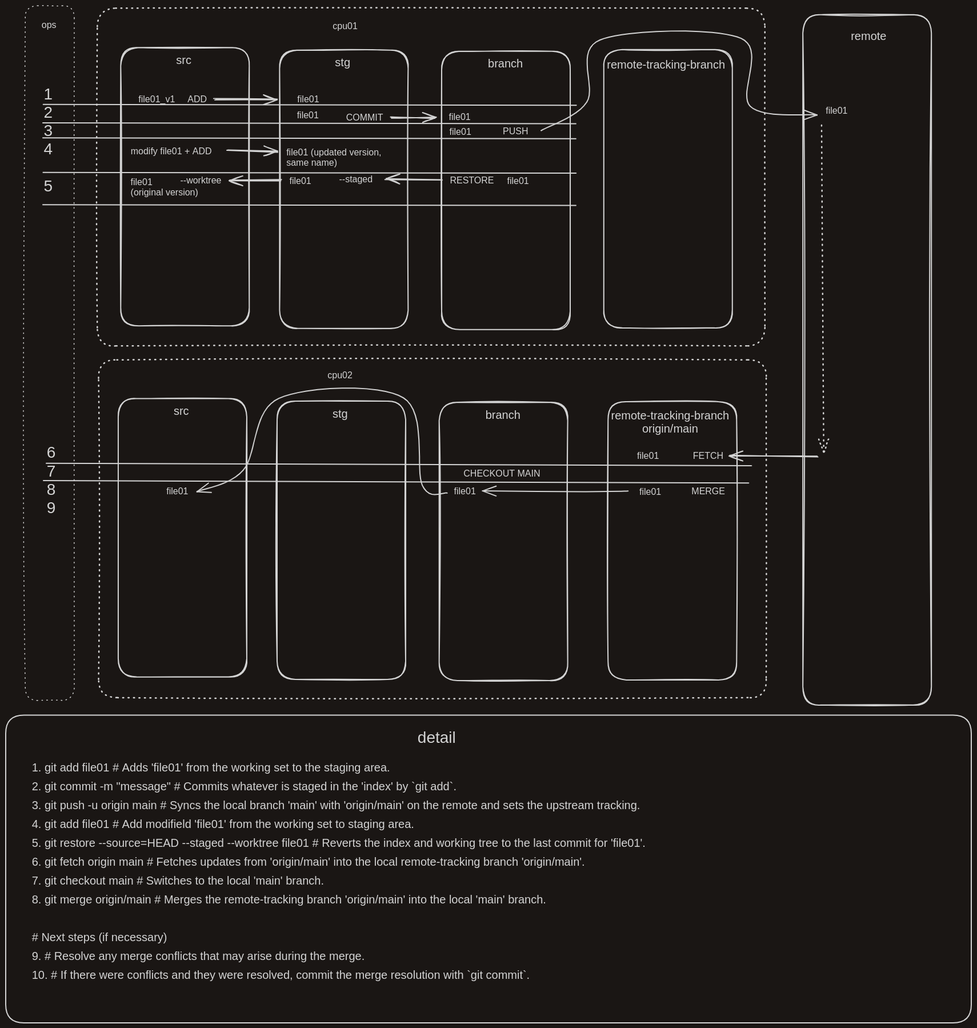
bronifty/obsidian_2024Q2 keeps this Excalidraw diagram as git/media/gitops.png. Above is the earlier version. Source tidied: one line per element, renumbered; positions are measured from the earlier drawing's top-left corner, leaving out a move shared by most shapes.
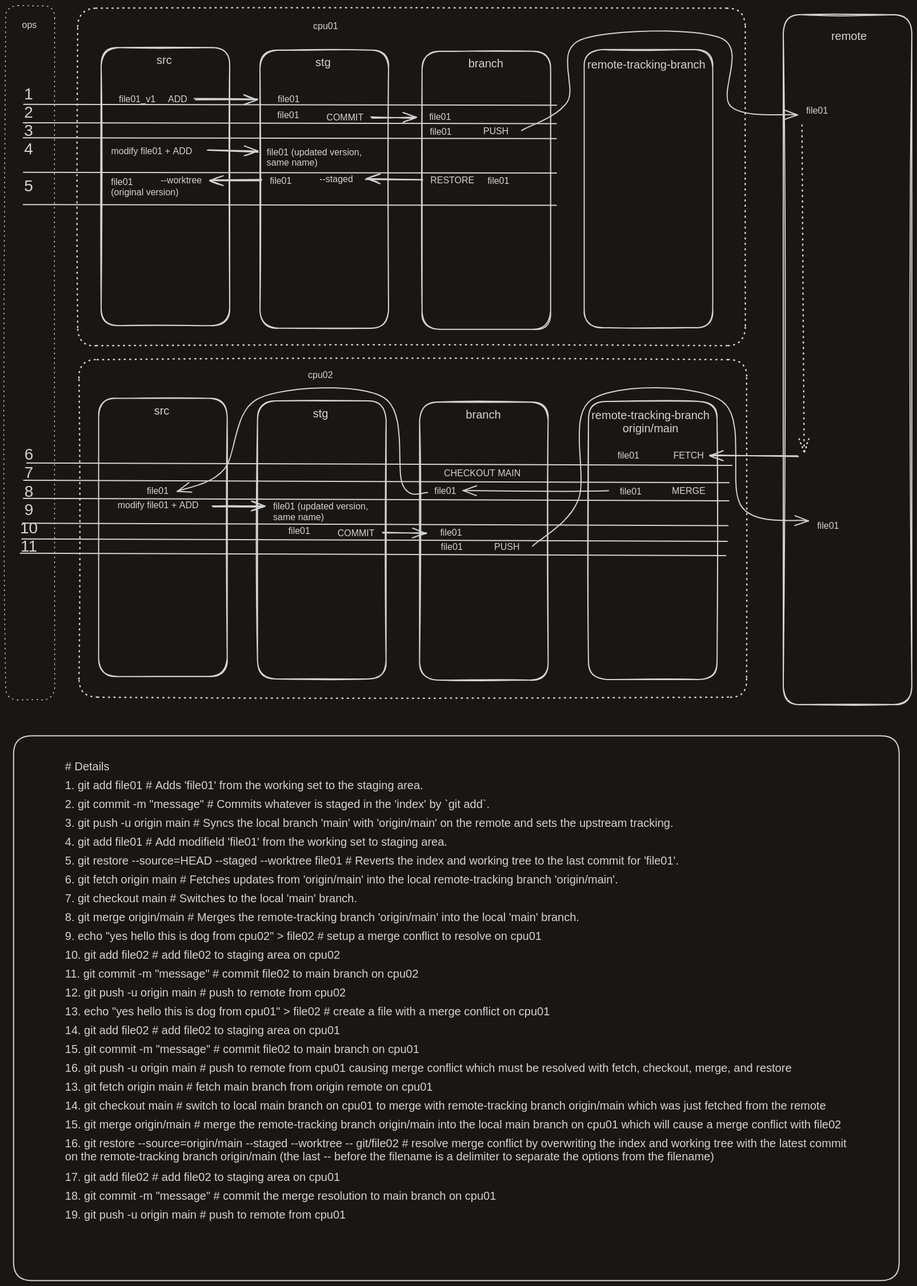
Later version of the same file.

The edit, as a diff of the source:
```diff
@@ -44,8 +44,6 @@
 {"id": 43, "type": "text", "text": "ops", "strokeColor": "#1e1e1e", "strokeWidth": 1, "strokeStyle": "dotted", "roughness": 1, "fontSize": 16, "fontFamily": 2, "textAlign": "center", "x": 63, "y": 24, "width": 26, "height": 18}
 {"id": 44, "type": "text", "text": "1\n2\n3\n4\n\n5\n", "strokeColor": "#1e1e1e", "strokeWidth": 1, "strokeStyle": "dotted", "roughness": 1, "fontSize": 28, "fontFamily": 2, "textAlign": "center", "x": 66, "y": 138, "width": 16, "height": 225}
 {"id": 45, "type": "arrow", "strokeColor": "#1e1e1e", "strokeWidth": 2, "roughness": 0, "endArrowhead": "arrow", "round": true, "to": 14, "x": 937, "y": 219, "width": 483, "height": 161, "points": [[0, 0], [80, -50], [103, -159], [350, -161], [366, -43], [483, -27]]}
-{"id": 46, "type": "rectangle", "strokeColor": "#1e1e1e", "strokeWidth": 2, "roughness": 0, "round": true, "x": 0, "y": 1241, "width": 1690, "height": 539}
-{"id": 47, "type": "text", "text": "detail", "strokeColor": "#1e1e1e", "strokeWidth": 2, "roughness": 0, "fontSize": 28, "fontFamily": 2, "textAlign": "center", "x": 721, "y": 1264, "width": 67, "height": 32}
 {"id": 48, "type": "text", "text": "COMMIT", "strokeColor": "#1e1e1e", "strokeWidth": 2, "roughness": 1, "fontSize": 16, "fontFamily": 2, "x": 596, "y": 186, "width": 65, "height": 18}
 {"id": 49, "type": "arrow", "strokeColor": "#1e1e1e", "strokeWidth": 2, "roughness": 1, "endArrowhead": "arrow", "round": true, "from": 48, "to": 8, "x": 674, "y": 196, "width": 77, "height": 1, "points": [[0, 0], [77, 1]]}
 {"id": 50, "type": "text", "text": "file01", "strokeColor": "#1e1e1e", "strokeWidth": 2, "roughness": 1, "fontSize": 16, "fontFamily": 2, "x": 510, "y": 182, "width": 38, "height": 18}
@@ -55,26 +53,55 @@
 {"id": 54, "type": "line", "strokeColor": "#1e1e1e", "strokeWidth": 2, "roughness": 0, "round": true, "x": 65, "y": 231, "width": 933, "height": 1, "points": [[0, 0], [933, 1]]}
 {"id": 55, "type": "line", "strokeColor": "#1e1e1e", "strokeWidth": 2, "roughness": 0, "round": true, "x": 65, "y": 292, "width": 933, "height": 1, "points": [[0, 0], [933, 1]]}
 {"id": 56, "type": "line", "strokeColor": "#1e1e1e", "strokeWidth": 2, "roughness": 0, "round": true, "x": 65, "y": 348, "width": 933, "height": 1, "points": [[0, 0], [933, 1]]}
-{"id": 57, "type": "text", "text": "6\n7\n8\n9\n", "strokeColor": "#1e1e1e", "strokeWidth": 1, "strokeStyle": "dotted", "roughness": 1, "fontSize": 28, "fontFamily": 2, "textAlign": "center", "x": 72, "y": 766, "width": 16, "height": 161}
 {"id": 58, "type": "line", "strokeColor": "#1e1e1e", "strokeWidth": 2, "roughness": 0, "round": true, "x": 71, "y": 801, "width": 1234, "height": 4, "points": [[0, 0], [1234, 4]]}
 {"id": 59, "type": "text", "text": "file01 (updated version, \nsame name)", "strokeColor": "#1e1e1e", "strokeWidth": 2, "roughness": 1, "fontSize": 16, "fontFamily": 2, "x": 491, "y": 247, "width": 171, "height": 37}
 {"id": 60, "type": "text", "text": "modify file01 + ADD", "strokeColor": "#1e1e1e", "strokeWidth": 2, "roughness": 0, "fontSize": 16, "fontFamily": 2, "x": 219, "y": 245, "width": 142, "height": 18}
+{"id": 72, "type": "text", "text": "CHECKOUT MAIN", "strokeColor": "#1e1e1e", "strokeWidth": 2, "roughness": 0, "fontSize": 16, "fontFamily": 2, "x": 801, "y": 809, "width": 134, "height": 18}
+{"id": 73, "type": "line", "strokeColor": "#1e1e1e", "strokeWidth": 2, "roughness": 0, "round": true, "x": 66, "y": 831, "width": 1234, "height": 4, "points": [[0, 0], [1234, 4]]}
+{"id": 74, "type": "text", "text": "file01", "strokeColor": "#1e1e1e", "strokeWidth": 2, "roughness": 1, "fontSize": 16, "fontFamily": 2, "x": 1109, "y": 841, "width": 38, "height": 18}
+{"id": 75, "type": "text", "text": "MERGE", "strokeColor": "#1e1e1e", "strokeWidth": 2, "roughness": 1, "fontSize": 16, "fontFamily": 2, "x": 1200, "y": 840, "width": 59, "height": 18}
+{"id": 76, "type": "arrow", "strokeColor": "#1e1e1e", "strokeWidth": 2, "roughness": 0, "endArrowhead": "arrow", "round": true, "from": 74, "to": 77, "x": 1089, "y": 849, "width": 254, "height": 1, "points": [[0, 0], [-74, 1], [-254, 0]]}
+{"id": 77, "type": "text", "text": "file01", "strokeColor": "#1e1e1e", "strokeWidth": 2, "roughness": 1, "fontSize": 16, "fontFamily": 2, "x": 785, "y": 840, "width": 38, "height": 18}
+{"id": 78, "type": "arrow", "strokeColor": "#1e1e1e", "strokeWidth": 2, "roughness": 0, "endArrowhead": "arrow", "round": true, "from": 77, "to": 79, "x": 773, "y": 853, "width": 438, "height": 167, "points": [[0, 0], [-43, -13], [-77, -167], [-294, -166], [-357, -40], [-438, -2]]}
+{"id": 79, "type": "text", "text": "file01", "strokeColor": "#1e1e1e", "strokeWidth": 2, "roughness": 1, "fontSize": 16, "fontFamily": 2, "x": 281, "y": 840, "width": 38, "height": 18}
+{"id": 80, "type": "arrow", "strokeColor": "#1e1e1e", "strokeWidth": 2, "roughness": 1, "endArrowhead": "arrow", "round": true, "to": 81, "x": 397, "y": 878, "width": 90, "height": 1, "points": [[0, 0], [90, -1]]}
+{"id": 81, "type": "text", "text": "file01 (updated version, \nsame name)", "strokeColor": "#1e1e1e", "strokeWidth": 2, "roughness": 1, "fontSize": 16, "fontFamily": 2, "x": 502, "y": 867, "width": 171, "height": 37}
+{"id": 82, "type": "text", "text": "modify file01 + ADD", "strokeColor": "#1e1e1e", "strokeWidth": 2, "roughness": 0, "fontSize": 16, "fontFamily": 2, "x": 230, "y": 866, "width": 142, "height": 18}
+{"id": 83, "type": "line", "strokeColor": "#1e1e1e", "strokeWidth": 2, "roughness": 0, "round": true, "x": 65, "y": 863, "width": 1234, "height": 4, "points": [[0, 0], [1234, 4]]}
+{"id": 84, "type": "text", "text": "PUSH", "strokeColor": "#1e1e1e", "strokeWidth": 2, "roughness": 1, "fontSize": 16, "fontFamily": 2, "x": 889, "y": 938, "width": 44, "height": 18}
+{"id": 85, "type": "text", "text": "file01", "strokeColor": "#1e1e1e", "strokeWidth": 2, "roughness": 1, "fontSize": 16, "fontFamily": 2, "x": 795, "y": 913, "width": 38, "height": 18}
+{"id": 86, "type": "text", "text": "file01", "strokeColor": "#1e1e1e", "strokeWidth": 2, "roughness": 1, "fontSize": 16, "fontFamily": 2, "x": 1454, "y": 902, "width": 38, "height": 18}
+{"id": 87, "type": "arrow", "strokeColor": "#1e1e1e", "strokeWidth": 2, "roughness": 0, "endArrowhead": "arrow", "round": true, "to": 86, "x": 956, "y": 847, "width": 483, "height": 256, "points": [[0, 99], [80, 19], [103, -157], [332, -154], [366, 30], [483, 55]]}
+{"id": 88, "type": "text", "text": "COMMIT", "strokeColor": "#1e1e1e", "strokeWidth": 2, "roughness": 1, "fontSize": 16, "fontFamily": 2, "x": 615, "y": 914, "width": 65, "height": 18}
+{"id": 89, "type": "arrow", "strokeColor": "#1e1e1e", "strokeWidth": 2, "roughness": 1, "endArrowhead": "arrow", "round": true, "from": 88, "x": 693, "y": 924, "width": 77, "height": 1, "points": [[0, 0], [77, 1]]}
+{"id": 90, "type": "text", "text": "file01", "strokeColor": "#1e1e1e", "strokeWidth": 2, "roughness": 1, "fontSize": 16, "fontFamily": 2, "x": 529, "y": 910, "width": 38, "height": 18}
+{"id": 91, "type": "text", "text": "file01", "strokeColor": "#1e1e1e", "strokeWidth": 2, "roughness": 1, "fontSize": 16, "fontFamily": 2, "x": 796, "y": 938, "width": 38, "height": 18}
+{"id": 92, "type": "line", "strokeColor": "#1e1e1e", "strokeWidth": 2, "roughness": 0, "round": true, "x": 64, "y": 906, "width": 1234, "height": 4, "points": [[0, 0], [1234, 4]]}
+{"id": 93, "type": "line", "strokeColor": "#1e1e1e", "strokeWidth": 2, "roughness": 0, "round": true, "x": 63, "y": 934, "width": 1234, "height": 4, "points": [[0, 0], [1234, 4]]}
+{"id": 94, "type": "line", "strokeColor": "#1e1e1e", "strokeWidth": 2, "roughness": 0, "round": true, "x": 60, "y": 959, "width": 1234, "height": 4, "points": [[0, 0], [1234, 4]]}
+{"id": 95, "type": "text", "text": "6\n7\n8\n9\n10\n11\n", "strokeColor": "#1e1e1e", "strokeWidth": 1, "strokeStyle": "dotted", "roughness": 1, "fontSize": 28, "fontFamily": 2, "textAlign": "center", "x": 59, "y": 769, "width": 31, "height": 225}
+{"id": 96, "type": "text", "text": "# Details", "strokeColor": "#1e1e1e", "strokeWidth": 2, "roughness": 0, "fontSize": 20, "fontFamily": 2, "x": 138, "y": 1321, "width": 78, "height": 23}
-{"id": 61, "type": "text", "text": "1. git add file01 # Adds 'file01' from the working set to the staging area.", "strokeColor": "#1e1e1e", "strokeWidth": 2, "roughness": 0, "fontSize": 20, "fontFamily": 2, "x": 46, "y": 1322, "width": 627, "height": 23}
+{"id": 61, "type": "text", "text": "1. git add file01 # Adds 'file01' from the working set to the staging area.", "strokeColor": "#1e1e1e", "strokeWidth": 2, "roughness": 0, "fontSize": 20, "fontFamily": 2, "x": 138, "y": 1354, "width": 627, "height": 23}
-{"id": 62, "type": "text", "text": "2. git commit -m \"message\" # Commits whatever is staged in the 'index' by `git add`.", "strokeColor": "#1e1e1e", "strokeWidth": 2, "roughness": 0, "fontSize": 20, "fontFamily": 2, "x": 46, "y": 1355, "width": 743, "height": 23}
+{"id": 62, "type": "text", "text": "2. git commit -m \"message\" # Commits whatever is staged in the 'index' by `git add`.", "strokeColor": "#1e1e1e", "strokeWidth": 2, "roughness": 0, "fontSize": 20, "fontFamily": 2, "x": 138, "y": 1387, "width": 743, "height": 23}
-{"id": 63, "type": "text", "text": "3. git push -u origin main # Syncs the local branch 'main' with 'origin/main' on the remote and sets the upstream tracking.", "strokeColor": "#1e1e1e", "strokeWidth": 2, "roughness": 0, "fontSize": 20, "fontFamily": 2, "x": 46, "y": 1388, "width": 1065, "height": 23}
+{"id": 63, "type": "text", "text": "3. git push -u origin main # Syncs the local branch 'main' with 'origin/main' on the remote and sets the upstream tracking.", "strokeColor": "#1e1e1e", "strokeWidth": 2, "roughness": 0, "fontSize": 20, "fontFamily": 2, "x": 138, "y": 1420, "width": 1065, "height": 23}
-{"id": 64, "type": "text", "text": "4. git add file01 # Add modifield 'file01' from the working set to staging area.", "strokeColor": "#1e1e1e", "strokeWidth": 2, "roughness": 0, "fontSize": 20, "fontFamily": 2, "x": 46, "y": 1421, "width": 669, "height": 23}
+{"id": 64, "type": "text", "text": "4. git add file01 # Add modifield 'file01' from the working set to staging area.", "strokeColor": "#1e1e1e", "strokeWidth": 2, "roughness": 0, "fontSize": 20, "fontFamily": 2, "x": 138, "y": 1453, "width": 669, "height": 23}
-{"id": 65, "type": "text", "text": "5. git restore --source=HEAD --staged --worktree file01 # Reverts the index and working tree to the last commit for 'file01'.", "strokeColor": "#1e1e1e", "strokeWidth": 2, "roughness": 0, "fontSize": 20, "fontFamily": 2, "x": 46, "y": 1454, "width": 1074, "height": 23}
+{"id": 65, "type": "text", "text": "5. git restore --source=HEAD --staged --worktree file01 # Reverts the index and working tree to the last commit for 'file01'.", "strokeColor": "#1e1e1e", "strokeWidth": 2, "roughness": 0, "fontSize": 20, "fontFamily": 2, "x": 138, "y": 1486, "width": 1074, "height": 23}
-{"id": 66, "type": "text", "text": "6. git fetch origin main # Fetches updates from 'origin/main' into the local remote-tracking branch 'origin/main'.", "strokeColor": "#1e1e1e", "strokeWidth": 2, "roughness": 0, "fontSize": 20, "fontFamily": 2, "x": 46, "y": 1487, "width": 968, "height": 23}
+{"id": 66, "type": "text", "text": "6. git fetch origin main # Fetches updates from 'origin/main' into the local remote-tracking branch 'origin/main'.", "strokeColor": "#1e1e1e", "strokeWidth": 2, "roughness": 0, "fontSize": 20, "fontFamily": 2, "x": 138, "y": 1519, "width": 968, "height": 23}
-{"id": 67, "type": "text", "text": "7. git checkout main # Switches to the local 'main' branch.", "strokeColor": "#1e1e1e", "strokeWidth": 2, "roughness": 0, "fontSize": 20, "fontFamily": 2, "x": 46, "y": 1520, "width": 511, "height": 23}
+{"id": 67, "type": "text", "text": "7. git checkout main # Switches to the local 'main' branch.", "strokeColor": "#1e1e1e", "strokeWidth": 2, "roughness": 0, "fontSize": 20, "fontFamily": 2, "x": 138, "y": 1552, "width": 511, "height": 23}
-{"id": 68, "type": "text", "text": "8. git merge origin/main # Merges the remote-tracking branch 'origin/main' into the local 'main' branch.", "strokeColor": "#1e1e1e", "strokeWidth": 2, "roughness": 0, "fontSize": 20, "fontFamily": 2, "x": 46, "y": 1553, "width": 900, "height": 23}
+{"id": 68, "type": "text", "text": "8. git merge origin/main # Merges the remote-tracking branch 'origin/main' into the local 'main' branch.", "strokeColor": "#1e1e1e", "strokeWidth": 2, "roughness": 0, "fontSize": 20, "fontFamily": 2, "x": 138, "y": 1585, "width": 900, "height": 23}
-{"id": 69, "type": "text", "text": "# Next steps (if necessary)", "strokeColor": "#1e1e1e", "strokeWidth": 2, "roughness": 0, "fontSize": 20, "fontFamily": 2, "x": 46, "y": 1619, "width": 237, "height": 23}
-{"id": 70, "type": "text", "text": "9. # Resolve any merge conflicts that may arise during the merge.", "strokeColor": "#1e1e1e", "strokeWidth": 2, "roughness": 0, "fontSize": 20, "fontFamily": 2, "x": 46, "y": 1652, "width": 582, "height": 23}
-{"id": 71, "type": "text", "text": "10. # If there were conflicts and they were resolved, commit the merge resolution with `git commit`.", "strokeColor": "#1e1e1e", "strokeWidth": 2, "roughness": 0, "fontSize": 20, "fontFamily": 2, "x": 46, "y": 1685, "width": 871, "height": 23}
-{"id": 72, "type": "text", "text": "CHECKOUT MAIN", "strokeColor": "#1e1e1e", "strokeWidth": 2, "roughness": 0, "fontSize": 16, "fontFamily": 2, "x": 801, "y": 809, "width": 134, "height": 18}
-{"id": 73, "type": "line", "strokeColor": "#1e1e1e", "strokeWidth": 2, "roughness": 0, "round": true, "x": 66, "y": 831, "width": 1234, "height": 4, "points": [[0, 0], [1234, 4]]}
-{"id": 74, "type": "text", "text": "file01", "strokeColor": "#1e1e1e", "strokeWidth": 2, "roughness": 1, "fontSize": 16, "fontFamily": 2, "x": 1109, "y": 841, "width": 38, "height": 18}
-{"id": 75, "type": "text", "text": "MERGE", "strokeColor": "#1e1e1e", "strokeWidth": 2, "roughness": 1, "fontSize": 16, "fontFamily": 2, "x": 1200, "y": 840, "width": 59, "height": 18}
-{"id": 76, "type": "arrow", "strokeColor": "#1e1e1e", "strokeWidth": 2, "roughness": 0, "endArrowhead": "arrow", "round": true, "from": 74, "to": 77, "x": 1089, "y": 849, "width": 254, "height": 1, "points": [[0, 0], [-74, 1], [-254, 0]]}
-{"id": 77, "type": "text", "text": "file01", "strokeColor": "#1e1e1e", "strokeWidth": 2, "roughness": 1, "fontSize": 16, "fontFamily": 2, "x": 785, "y": 840, "width": 38, "height": 18}
-{"id": 78, "type": "arrow", "strokeColor": "#1e1e1e", "strokeWidth": 2, "roughness": 0, "endArrowhead": "arrow", "round": true, "from": 77, "to": 79, "x": 773, "y": 853, "width": 438, "height": 167, "points": [[0, 0], [-43, -13], [-77, -167], [-294, -166], [-357, -40], [-438, -2]]}
-{"id": 79, "type": "text", "text": "file01", "strokeColor": "#1e1e1e", "strokeWidth": 2, "roughness": 1, "fontSize": 16, "fontFamily": 2, "x": 281, "y": 840, "width": 38, "height": 18}
+{"id": 97, "type": "text", "text": "9. echo \"yes hello this is dog from cpu02\" > file02 # setup a merge conflict to resolve on cpu01", "strokeColor": "#1e1e1e", "strokeWidth": 2, "roughness": 0, "fontSize": 20, "fontFamily": 2, "x": 138, "y": 1618, "width": 834, "height": 23}
+{"id": 98, "type": "text", "text": "10. git add file02 # add file02 to staging area on cpu02", "strokeColor": "#1e1e1e", "strokeWidth": 2, "roughness": 0, "fontSize": 20, "fontFamily": 2, "x": 138, "y": 1651, "width": 481, "height": 23}
+{"id": 99, "type": "text", "text": "11. git commit -m \"message\" # commit file02 to main branch on cpu02", "strokeColor": "#1e1e1e", "strokeWidth": 2, "roughness": 0, "fontSize": 20, "fontFamily": 2, "x": 138, "y": 1684, "width": 619, "height": 23}
+{"id": 100, "type": "text", "text": "12. git push -u origin main # push to remote from cpu02", "strokeColor": "#1e1e1e", "strokeWidth": 2, "roughness": 0, "fontSize": 20, "fontFamily": 2, "x": 138, "y": 1717, "width": 491, "height": 23}
+{"id": 101, "type": "text", "text": "13. echo \"yes hello this is dog from cpu01\" > file02 # create a file with a merge conflict on cpu01", "strokeColor": "#1e1e1e", "strokeWidth": 2, "roughness": 0, "fontSize": 20, "fontFamily": 2, "x": 138, "y": 1750, "width": 849, "height": 23}
+{"id": 102, "type": "text", "text": "14. git add file02 # add file02 to staging area on cpu01", "strokeColor": "#1e1e1e", "strokeWidth": 2, "roughness": 0, "fontSize": 20, "fontFamily": 2, "x": 138, "y": 1783, "width": 481, "height": 23}
+{"id": 103, "type": "text", "text": "15. git commit -m \"message\" # commit file02 to main branch on cpu01", "strokeColor": "#1e1e1e", "strokeWidth": 2, "roughness": 0, "fontSize": 20, "fontFamily": 2, "x": 138, "y": 1816, "width": 620, "height": 23}
+{"id": 104, "type": "text", "text": "16. git push -u origin main # push to remote from cpu01 causing merge conflict which must be resolved with fetch, checkout, merge, and restore", "strokeColor": "#1e1e1e", "strokeWidth": 2, "roughness": 0, "fontSize": 20, "fontFamily": 2, "x": 138, "y": 1849, "width": 1272, "height": 23}
+{"id": 105, "type": "text", "text": "13. git fetch origin main # fetch main branch from origin remote on cpu01", "strokeColor": "#1e1e1e", "strokeWidth": 2, "roughness": 0, "fontSize": 20, "fontFamily": 2, "x": 138, "y": 1882, "width": 644, "height": 23}
+{"id": 106, "type": "text", "text": "14. git checkout main # switch to local main branch on cpu01 to merge with remote-tracking branch origin/main which was just fetched from the remote", "strokeColor": "#1e1e1e", "strokeWidth": 2, "roughness": 0, "fontSize": 20, "fontFamily": 2, "x": 138, "y": 1915, "width": 1332, "height": 23}
+{"id": 107, "type": "text", "text": "15. git merge origin/main # merge the remote-tracking branch origin/main into the local main branch on cpu01 which will cause a merge conflict with file02", "strokeColor": "#1e1e1e", "strokeWidth": 2, "roughness": 0, "fontSize": 20, "fontFamily": 2, "x": 138, "y": 1948, "width": 1358, "height": 23}
+{"id": 108, "type": "text", "text": "16. git restore --source=origin/main --staged --worktree -- git/file02 # resolve merge conflict by overwriting the index and working tree with the latest commit \non the remote-tracking branch origin/main (the last -- before the filename is a delimiter to separate the options from the filename)", "strokeColor": "#1e1e1e", "strokeWidth": 2, "roughness": 0, "fontSize": 20, "fontFamily": 2, "x": 138, "y": 1981, "width": 1373, "height": 46}
+{"id": 109, "type": "text", "text": "17. git add file02 # add file02 to staging area on cpu01", "strokeColor": "#1e1e1e", "strokeWidth": 2, "roughness": 0, "fontSize": 20, "fontFamily": 2, "x": 138, "y": 2040, "width": 481, "height": 23}
+{"id": 110, "type": "text", "text": "18. git commit -m \"message\" # commit the merge resolution to main branch on cpu01", "strokeColor": "#1e1e1e", "strokeWidth": 2, "roughness": 0, "fontSize": 20, "fontFamily": 2, "x": 138, "y": 2073, "width": 755, "height": 23}
+{"id": 111, "type": "text", "text": "19. git push -u origin main # push to remote from cpu01", "strokeColor": "#1e1e1e", "strokeWidth": 2, "roughness": 0, "fontSize": 20, "fontFamily": 2, "x": 138, "y": 2106, "width": 491, "height": 23}
+{"id": 112, "type": "rectangle", "strokeColor": "#1e1e1e", "strokeWidth": 2, "roughness": 0, "round": true, "x": 48, "y": 1279, "width": 1550, "height": 954}
```
